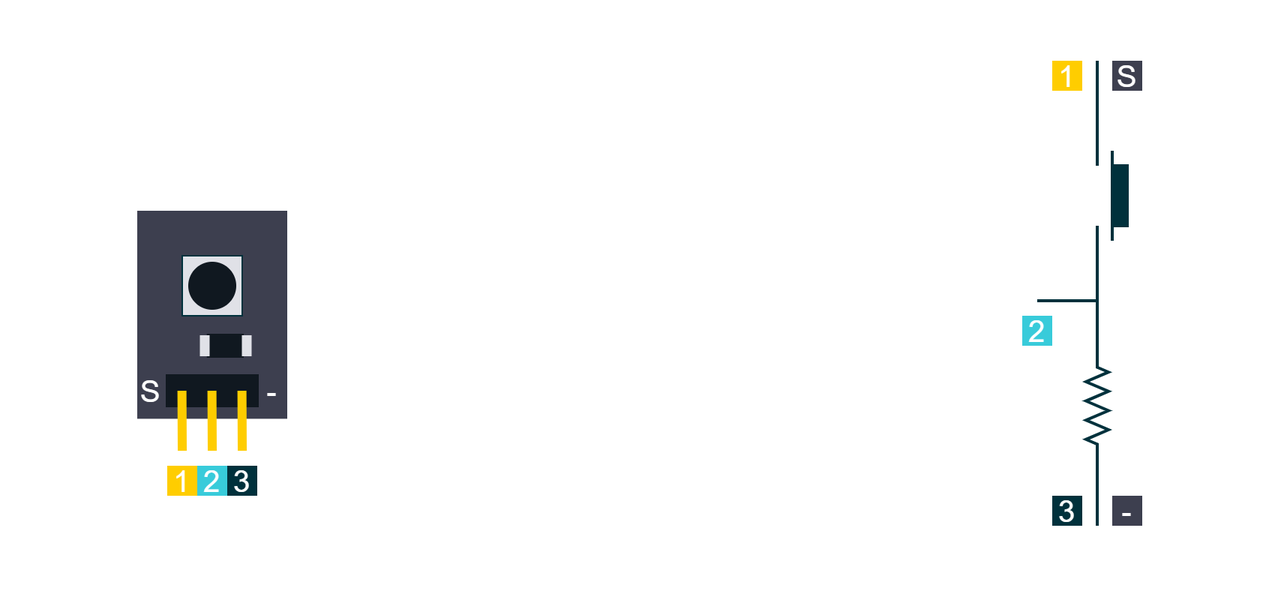
Above: draw.io/PE Articles/Examples and exercises/Mastering push buttons with ChibiOS PAL/KY-004 schematic (PE).png in PLAY-Embedded/pe_assets (draw.io), before the change. Source tidied: cells renumbered, new cells last; positions are measured from the earlier drawing's top-left corner, leaving out a move shared by most shapes. Source of this version:
```xml
<mxGraphModel>
  <root>
    <mxCell id="0" />
    <mxCell id="1" parent="0" />
    <mxCell id="2" style="rounded=0;whiteSpace=wrap;html=1;strokeColor=none;strokeWidth=2;fontFamily=Arial;fontSize=20;fontColor=#FFFFFF;fillColor=#FFFFFF;opacity=0;" parent="1" vertex="1">
      <mxGeometry width="840" height="400" as="geometry" />
    </mxCell>
    <mxCell id="3" style="verticalLabelPosition=bottom;shadow=0;dashed=0;align=center;fillColor=#00313C;html=1;verticalAlign=top;strokeWidth=2;shape=mxgraph.electrical.resistors.resistor_2;fontSize=16;fontColor=#FFFFFF;strokeColor=#00313C;rotation=90;fontFamily=Arial;" parent="1" vertex="1">
      <mxGeometry x="690" y="262.5" width="80" height="15" as="geometry" />
    </mxCell>
    <mxCell id="4" style="endArrow=none;html=1;strokeColor=#00313C;strokeWidth=2;fontSize=5;fontColor=#101820;endFill=0;endSize=4;startArrow=none;startFill=0;startSize=4;fontFamily=Arial;rounded=0;fillColor=#00313C;exitX=1;exitY=0.5;exitDx=0;exitDy=0;exitPerimeter=0;" parent="1" edge="1" source="3">
      <mxGeometry relative="1" as="geometry">
        <mxPoint x="730" y="350" as="targetPoint" />
        <Array as="points">
          <mxPoint x="730" y="350" />
        </Array>
      </mxGeometry>
    </mxCell>
    <mxCell id="5" style="endArrow=none;html=1;rounded=0;strokeColor=#00313C;strokeWidth=2;fontFamily=Arial;fontSize=20;fontColor=#101820;fillColor=#00313C;exitX=0;exitY=0.5;exitDx=0;exitDy=0;exitPerimeter=0;" parent="1" edge="1" source="3">
      <mxGeometry relative="1" as="geometry">
        <mxPoint x="690" y="200" as="targetPoint" />
        <Array as="points">
          <mxPoint x="730" y="200" />
        </Array>
      </mxGeometry>
    </mxCell>
    <mxCell id="6" style="rounded=0;whiteSpace=wrap;html=1;strokeColor=#00313C;strokeWidth=2;fontFamily=Arial;fontSize=20;fontColor=#FFFFFF;fillColor=#00313C;" parent="1" vertex="1">
      <mxGeometry x="740" y="110" width="10" height="40" as="geometry" />
    </mxCell>
    <mxCell id="7" style="endArrow=none;html=1;rounded=0;strokeColor=#00313C;strokeWidth=2;fontFamily=Arial;fontSize=20;fontColor=#101820;fillColor=#00313C;" parent="1" edge="1">
      <mxGeometry relative="1" as="geometry">
        <mxPoint x="690" y="200" as="sourcePoint" />
        <mxPoint x="730" y="150" as="targetPoint" />
        <Array as="points">
          <mxPoint x="730" y="200" />
        </Array>
      </mxGeometry>
    </mxCell>
    <mxCell id="8" style="endArrow=none;html=1;rounded=0;strokeColor=#00313C;strokeWidth=2;fontFamily=Arial;fontSize=20;fontColor=#101820;fillColor=#00313C;endFill=0;startArrow=none;startFill=0;endSize=3;startSize=3;" parent="1" edge="1">
      <mxGeometry relative="1" as="geometry">
        <mxPoint x="730" y="40" as="sourcePoint" />
        <mxPoint x="730" y="110" as="targetPoint" />
      </mxGeometry>
    </mxCell>
    <mxCell id="9" value="-" style="rounded=0;whiteSpace=wrap;html=1;strokeColor=none;strokeWidth=2;fontFamily=Arial;fontSize=20;fontColor=#FFFFFF;fillColor=#3D3F4F;align=center;" parent="1" vertex="1">
      <mxGeometry x="740" y="330" width="20" height="20" as="geometry" />
    </mxCell>
    <mxCell id="10" value="S" style="rounded=0;whiteSpace=wrap;html=1;strokeColor=none;strokeWidth=2;fontFamily=Arial;fontSize=20;fontColor=#FFFFFF;fillColor=#3D3F4F;align=center;" parent="1" vertex="1">
      <mxGeometry x="740" y="40" width="20" height="20" as="geometry" />
    </mxCell>
    <mxCell id="11" style="endArrow=none;html=1;rounded=0;strokeColor=#00313C;strokeWidth=2;fontFamily=Arial;fontSize=20;fontColor=#101820;fillColor=#00313C;" parent="1" edge="1">
      <mxGeometry relative="1" as="geometry">
        <mxPoint x="740" y="160" as="sourcePoint" />
        <mxPoint x="740" y="100" as="targetPoint" />
      </mxGeometry>
    </mxCell>
    <mxCell id="12" style="rounded=0;whiteSpace=wrap;html=1;strokeColor=none;strokeWidth=2;fontFamily=Arial;fontSize=20;fontColor=#FFFFFF;fillColor=#3D3F4F;" parent="1" vertex="1">
      <mxGeometry x="90" y="140" width="100" height="138.7" as="geometry" />
    </mxCell>
    <mxCell id="13" style="rounded=0;whiteSpace=wrap;html=1;strokeColor=#101820;strokeWidth=2;fontFamily=Arial;fontSize=15;fontColor=#FFFFFF;fillColor=#101820;" parent="1" vertex="1">
      <mxGeometry x="110" y="250" width="20" height="20" as="geometry" />
    </mxCell>
    <mxCell id="14" style="rounded=0;whiteSpace=wrap;html=1;strokeColor=#101820;strokeWidth=2;fontFamily=Arial;fontSize=15;fontColor=#FFFFFF;fillColor=#101820;" parent="1" vertex="1">
      <mxGeometry x="130" y="250" width="20" height="20" as="geometry" />
    </mxCell>
    <mxCell id="15" style="rounded=0;whiteSpace=wrap;html=1;strokeColor=#101820;strokeWidth=2;fontFamily=Arial;fontSize=15;fontColor=#FFFFFF;fillColor=#101820;" parent="1" vertex="1">
      <mxGeometry x="150" y="250" width="20" height="20" as="geometry" />
    </mxCell>
    <mxCell id="16" style="endArrow=none;html=1;rounded=0;strokeColor=#FFCD00;strokeWidth=6;fontFamily=Arial;fontSize=20;fontColor=#101820;fillColor=#FFCD00;" parent="1" edge="1">
      <mxGeometry relative="1" as="geometry">
        <mxPoint x="120" y="300" as="sourcePoint" />
        <mxPoint x="119.8" y="260" as="targetPoint" />
      </mxGeometry>
    </mxCell>
    <mxCell id="17" style="endArrow=none;html=1;rounded=0;strokeColor=#FFCD00;strokeWidth=6;fontFamily=Arial;fontSize=20;fontColor=#101820;fillColor=#FFCD00;" parent="1" edge="1">
      <mxGeometry relative="1" as="geometry">
        <mxPoint x="140" y="300" as="sourcePoint" />
        <mxPoint x="139.8" y="260" as="targetPoint" />
      </mxGeometry>
    </mxCell>
    <mxCell id="18" style="endArrow=none;html=1;rounded=0;strokeColor=#FFCD00;strokeWidth=6;fontFamily=Arial;fontSize=20;fontColor=#101820;fillColor=#FFCD00;" parent="1" edge="1">
      <mxGeometry relative="1" as="geometry">
        <mxPoint x="160" y="300" as="sourcePoint" />
        <mxPoint x="159.8" y="260" as="targetPoint" />
      </mxGeometry>
    </mxCell>
    <mxCell id="19" style="rounded=0;whiteSpace=wrap;html=1;strokeColor=#101820;strokeWidth=2;fillColor=#101820;fontFamily=Arial;fontSize=15;fontColor=#FFFFFF;rotation=-90;" parent="1" vertex="1">
      <mxGeometry x="141.7" y="218.7" width="14" height="22.6" as="geometry" />
    </mxCell>
    <mxCell id="20" style="rounded=0;whiteSpace=wrap;html=1;strokeColor=none;strokeWidth=2;fillColor=#E0E1E7;fontFamily=Arial;fontSize=15;fontColor=#FFFFFF;rotation=-90;" parent="1" vertex="1">
      <mxGeometry x="128" y="226.8" width="14" height="6.5" as="geometry" />
    </mxCell>
    <mxCell id="21" style="rounded=0;whiteSpace=wrap;html=1;strokeColor=none;strokeWidth=2;fillColor=#E0E1E7;fontFamily=Arial;fontSize=15;fontColor=#FFFFFF;rotation=-90;" parent="1" vertex="1">
      <mxGeometry x="156" y="226.8" width="14" height="6.5" as="geometry" />
    </mxCell>
    <mxCell id="22" style="whiteSpace=wrap;html=1;strokeColor=#00313C;strokeWidth=1;fontFamily=Arial;fontSize=20;fontColor=#101820;fillColor=#E0E1E7;" parent="1" vertex="1">
      <mxGeometry x="120" y="170" width="40" height="40" as="geometry" />
    </mxCell>
    <mxCell id="23" style="ellipse;whiteSpace=wrap;html=1;strokeColor=#101820;strokeWidth=2;fontFamily=Arial;fontSize=20;fontColor=#FFFFFF;fillColor=#101820;" parent="1" vertex="1">
      <mxGeometry x="125" y="175" width="30" height="30" as="geometry" />
    </mxCell>
    <mxCell id="24" value="&lt;font color=&quot;#ffffff&quot;&gt;S&lt;/font&gt;" style="rounded=0;whiteSpace=wrap;html=1;strokeColor=none;strokeWidth=2;fontFamily=Arial;fontSize=20;fontColor=#101820;fillColor=none;" parent="1" vertex="1">
      <mxGeometry x="94" y="249.3" width="10" height="21.3" as="geometry" />
    </mxCell>
    <mxCell id="25" value="&lt;font color=&quot;#ffffff&quot;&gt;-&lt;/font&gt;" style="rounded=0;whiteSpace=wrap;html=1;strokeColor=none;strokeWidth=2;fontFamily=Arial;fontSize=20;fontColor=#101820;fillColor=none;" parent="1" vertex="1">
      <mxGeometry x="175" y="249.3" width="10" height="21.3" as="geometry" />
    </mxCell>
    <mxCell id="26" value="1" style="rounded=0;whiteSpace=wrap;html=1;strokeColor=none;strokeWidth=2;fontFamily=Arial;fontSize=20;fontColor=#FFFFFF;fillColor=#FFCD00;" parent="1" vertex="1">
      <mxGeometry x="110" y="310" width="20" height="20" as="geometry" />
    </mxCell>
    <mxCell id="27" value="2" style="rounded=0;whiteSpace=wrap;html=1;strokeColor=none;strokeWidth=2;fontFamily=Arial;fontSize=20;fontColor=#FFFFFF;fillColor=#38CBDA;" parent="1" vertex="1">
      <mxGeometry x="130" y="310" width="20" height="20" as="geometry" />
    </mxCell>
    <mxCell id="28" value="3" style="rounded=0;whiteSpace=wrap;html=1;strokeColor=none;strokeWidth=2;fontFamily=Arial;fontSize=20;fontColor=#FFFFFF;fillColor=#00313C;" parent="1" vertex="1">
      <mxGeometry x="150" y="310" width="20" height="20" as="geometry" />
    </mxCell>
    <mxCell id="29" value="1" style="rounded=0;whiteSpace=wrap;html=1;strokeColor=none;strokeWidth=2;fontFamily=Arial;fontSize=20;fontColor=#FFFFFF;fillColor=#FFCD00;" parent="1" vertex="1">
      <mxGeometry x="700" y="40" width="20" height="20" as="geometry" />
    </mxCell>
    <mxCell id="30" value="3" style="rounded=0;whiteSpace=wrap;html=1;strokeColor=none;strokeWidth=2;fontFamily=Arial;fontSize=20;fontColor=#FFFFFF;fillColor=#00313C;" parent="1" vertex="1">
      <mxGeometry x="700" y="330" width="20" height="20" as="geometry" />
    </mxCell>
    <mxCell id="31" value="2" style="rounded=0;whiteSpace=wrap;html=1;strokeColor=none;strokeWidth=2;fontFamily=Arial;fontSize=20;fontColor=#FFFFFF;fillColor=#38CBDA;" parent="1" vertex="1">
      <mxGeometry x="680" y="210" width="20" height="20" as="geometry" />
    </mxCell>
  </root>
</mxGraphModel>
```
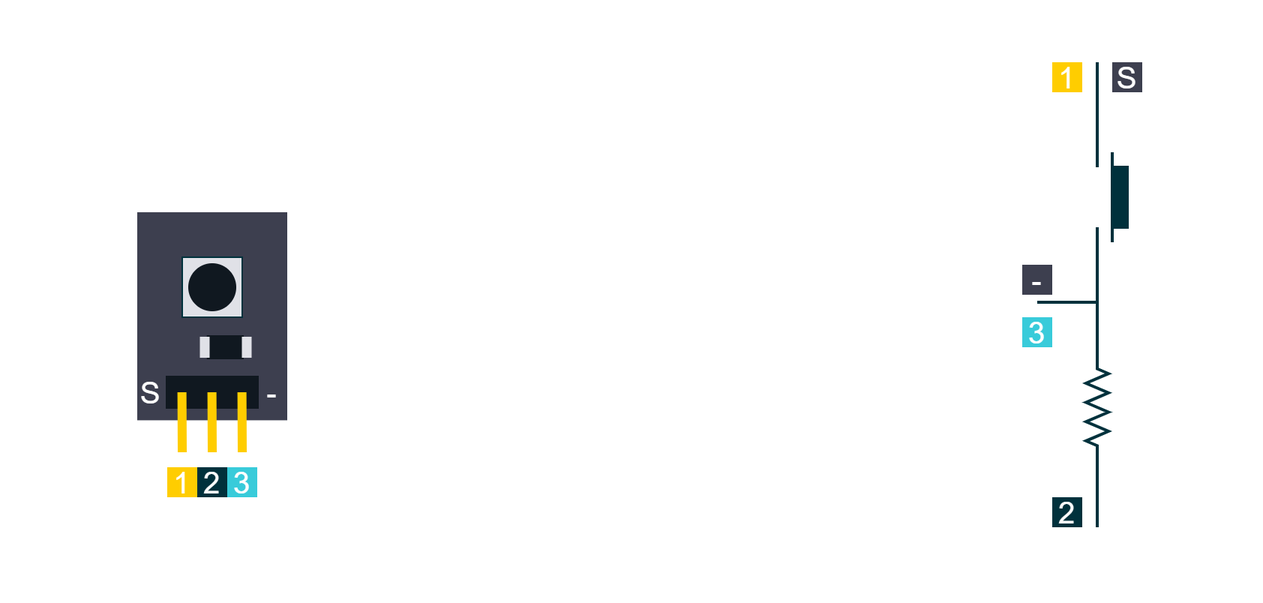
Later version of the same file.

Commit message:
Updated schematic of the KY-004 and related connections

Diff of the diagram source:
```diff
@@ -43,7 +43,7 @@
       </mxGeometry>
     </mxCell>
     <mxCell id="9" value="-" style="rounded=0;whiteSpace=wrap;html=1;strokeColor=none;strokeWidth=2;fontFamily=Arial;fontSize=20;fontColor=#FFFFFF;fillColor=#3D3F4F;align=center;" parent="1" vertex="1">
-      <mxGeometry x="740" y="330" width="20" height="20" as="geometry" />
+      <mxGeometry x="680" y="175" width="20" height="20" as="geometry" />
     </mxCell>
     <mxCell id="10" value="S" style="rounded=0;whiteSpace=wrap;html=1;strokeColor=none;strokeWidth=2;fontFamily=Arial;fontSize=20;fontColor=#FFFFFF;fillColor=#3D3F4F;align=center;" parent="1" vertex="1">
       <mxGeometry x="740" y="40" width="20" height="20" as="geometry" />
@@ -108,19 +108,19 @@
     <mxCell id="26" value="1" style="rounded=0;whiteSpace=wrap;html=1;strokeColor=none;strokeWidth=2;fontFamily=Arial;fontSize=20;fontColor=#FFFFFF;fillColor=#FFCD00;" parent="1" vertex="1">
       <mxGeometry x="110" y="310" width="20" height="20" as="geometry" />
     </mxCell>
-    <mxCell id="27" value="2" style="rounded=0;whiteSpace=wrap;html=1;strokeColor=none;strokeWidth=2;fontFamily=Arial;fontSize=20;fontColor=#FFFFFF;fillColor=#38CBDA;" parent="1" vertex="1">
+    <mxCell id="27" value="2" style="rounded=0;whiteSpace=wrap;html=1;strokeColor=none;strokeWidth=2;fontFamily=Arial;fontSize=20;fontColor=#FFFFFF;fillColor=#00313C;" parent="1" vertex="1">
       <mxGeometry x="130" y="310" width="20" height="20" as="geometry" />
     </mxCell>
-    <mxCell id="28" value="3" style="rounded=0;whiteSpace=wrap;html=1;strokeColor=none;strokeWidth=2;fontFamily=Arial;fontSize=20;fontColor=#FFFFFF;fillColor=#00313C;" parent="1" vertex="1">
+    <mxCell id="28" value="3" style="rounded=0;whiteSpace=wrap;html=1;strokeColor=none;strokeWidth=2;fontFamily=Arial;fontSize=20;fontColor=#FFFFFF;fillColor=#38CBDA;" parent="1" vertex="1">
       <mxGeometry x="150" y="310" width="20" height="20" as="geometry" />
     </mxCell>
     <mxCell id="29" value="1" style="rounded=0;whiteSpace=wrap;html=1;strokeColor=none;strokeWidth=2;fontFamily=Arial;fontSize=20;fontColor=#FFFFFF;fillColor=#FFCD00;" parent="1" vertex="1">
       <mxGeometry x="700" y="40" width="20" height="20" as="geometry" />
     </mxCell>
-    <mxCell id="30" value="3" style="rounded=0;whiteSpace=wrap;html=1;strokeColor=none;strokeWidth=2;fontFamily=Arial;fontSize=20;fontColor=#FFFFFF;fillColor=#00313C;" parent="1" vertex="1">
+    <mxCell id="30" value="2" style="rounded=0;whiteSpace=wrap;html=1;strokeColor=none;strokeWidth=2;fontFamily=Arial;fontSize=20;fontColor=#FFFFFF;fillColor=#00313C;" parent="1" vertex="1">
       <mxGeometry x="700" y="330" width="20" height="20" as="geometry" />
     </mxCell>
-    <mxCell id="31" value="2" style="rounded=0;whiteSpace=wrap;html=1;strokeColor=none;strokeWidth=2;fontFamily=Arial;fontSize=20;fontColor=#FFFFFF;fillColor=#38CBDA;" parent="1" vertex="1">
+    <mxCell id="31" value="3" style="rounded=0;whiteSpace=wrap;html=1;strokeColor=none;strokeWidth=2;fontFamily=Arial;fontSize=20;fontColor=#FFFFFF;fillColor=#38CBDA;" parent="1" vertex="1">
       <mxGeometry x="680" y="210" width="20" height="20" as="geometry" />
     </mxCell>
   </root>
```
